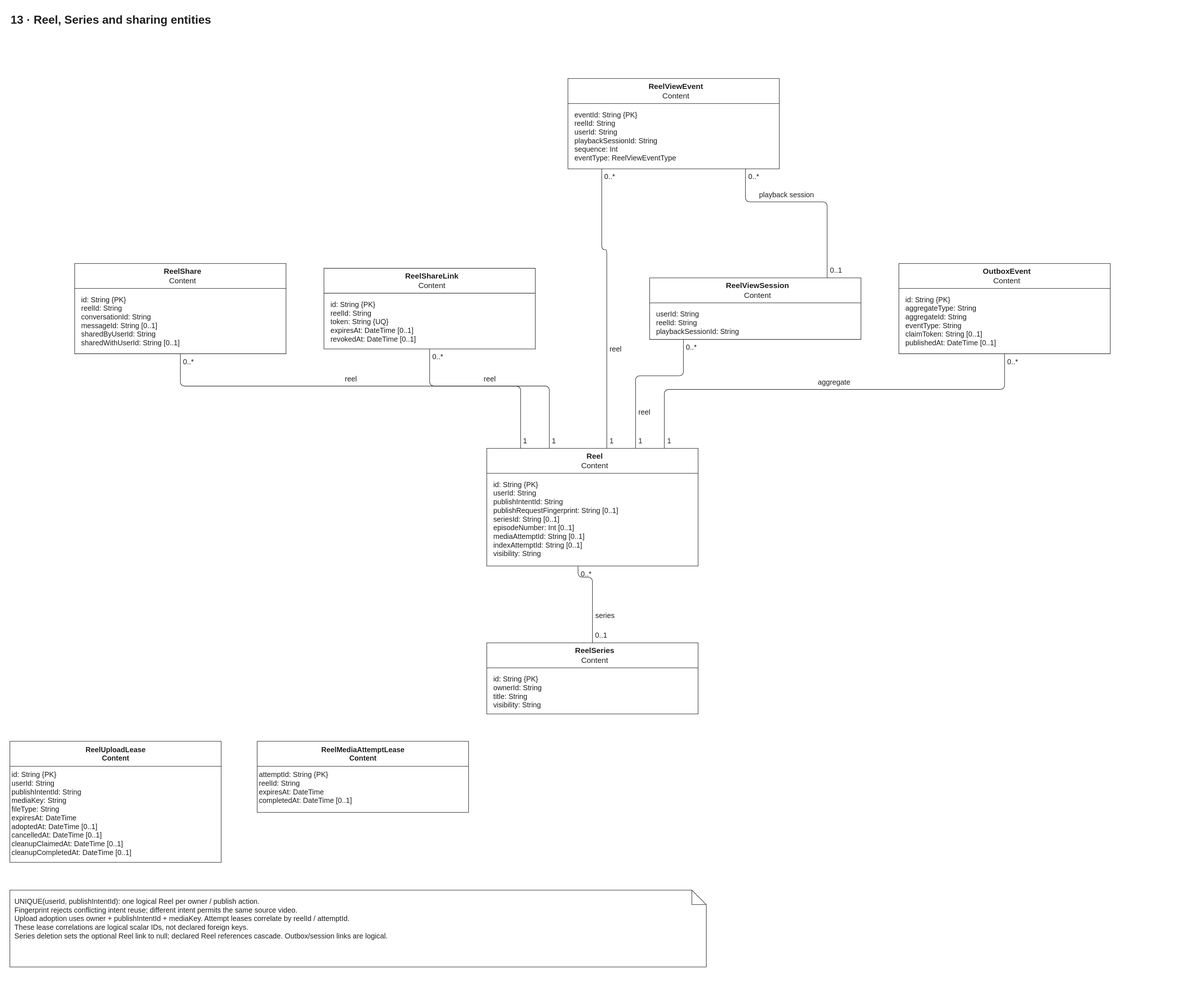
This is docs/diagrams/velora-current/importable-svg/13-content.drawio.svg from HieuCuteDangYeu/velora-backend, a draw.io export, as it was before one commit. Source tidied: cells renumbered, new cells last; positions are measured from the earlier drawing's top-left corner, leaving out a move shared by most shapes.
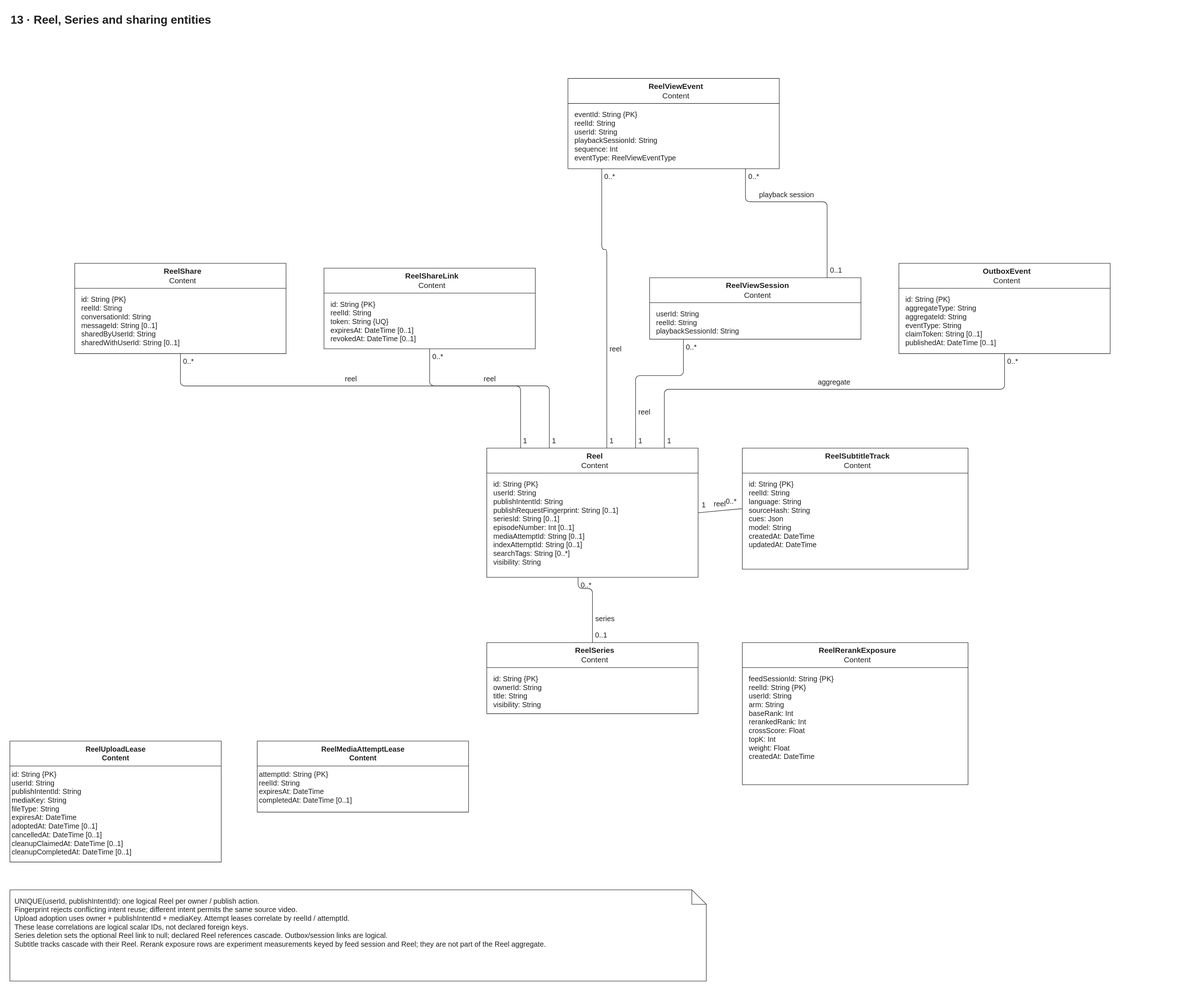
After the change.

Diff of the diagram source:
```diff
@@ -5,8 +5,8 @@
     <mxCell id="2" value="series" style="edgeStyle=none;noEdgeStyle=1;html=1;strokeColor=light-dark(#202020,#eeeeee);strokeWidth=1;jumpStyle=arc;jumpSize=12;exitPerimeter=0;entryPerimeter=0;exitX=0.43199999999999983;exitY=0.9999999999999994;entryX=0.5;entryY=0.0;endArrow=none;fontFamily=Arial;fontSize=15;fontColor=light-dark(#202020,#eeeeee);labelBackgroundColor=none;labelBorderColor=none;whiteSpace=nowrap;spacing=0;align=center;verticalAlign=middle;" parent="1" edge="1" source="25" target="23">
       <mxGeometry x="0.4" y="26" relative="1" as="geometry">
         <Array as="points">
-          <mxPoint x="1183.1" y="1181.4" />
-          <mxPoint x="1213" y="1181.4" />
+          <mxPoint x="1183.1" y="1205.4" />
+          <mxPoint x="1213" y="1205.4" />
         </Array>
       </mxGeometry>
     </mxCell>
@@ -135,11 +135,36 @@
       <mxGeometry y="52" width="440" height="96" as="geometry" />
     </mxCell>
     <mxCell id="25" value="&lt;b&gt;Reel&lt;/b&gt;&lt;br&gt;Content" style="swimlane;html=1;whiteSpace=wrap;align=center;verticalAlign=middle;startSize=52;fontSize=16;spacingLeft=10;fillColor=light-dark(#ffffff,#181818);swimlaneFillColor=light-dark(#ffffff,#181818);strokeColor=light-dark(#202020,#eeeeee);horizontal=1;fontFamily=Arial;fontColor=light-dark(#202020,#eeeeee);fontStyle=0;strokeWidth=1;" parent="1" vertex="1">
-      <mxGeometry x="993" y="913" width="440" height="245" as="geometry" />
+      <mxGeometry x="993" y="913" width="440" height="269" as="geometry" />
     </mxCell>
-    <mxCell id="26" value="id: String {PK}&lt;br&gt;userId: String&lt;br&gt;publishIntentId: String&lt;br&gt;publishRequestFingerprint: String [0..1]&lt;br&gt;seriesId: String [0..1]&lt;br&gt;episodeNumber: Int [0..1]&lt;br&gt;mediaAttemptId: String [0..1]&lt;br&gt;indexAttemptId: String [0..1]&lt;br&gt;visibility: String" style="text;html=1;whiteSpace=wrap;overflow=hidden;fontFamily=Arial;fontSize=15;align=left;verticalAlign=top;spacingLeft=12;spacingRight=12;strokeColor=none;fillColor=none;fontColor=light-dark(#202020,#eeeeee);spacingTop=8;spacingBottom=8;" parent="25" vertex="1">
-      <mxGeometry y="52" width="440" height="193" as="geometry" />
+    <mxCell id="26" value="id: String {PK}&lt;br&gt;userId: String&lt;br&gt;publishIntentId: String&lt;br&gt;publishRequestFingerprint: String [0..1]&lt;br&gt;seriesId: String [0..1]&lt;br&gt;episodeNumber: Int [0..1]&lt;br&gt;mediaAttemptId: String [0..1]&lt;br&gt;indexAttemptId: String [0..1]&lt;br&gt;searchTags: String [0..*]&lt;br&gt;visibility: String" style="text;html=1;whiteSpace=wrap;overflow=hidden;fontFamily=Arial;fontSize=15;align=left;verticalAlign=top;spacingLeft=12;spacingRight=12;strokeColor=none;fillColor=none;fontColor=light-dark(#202020,#eeeeee);spacingTop=8;spacingBottom=8;" parent="25" vertex="1">
+      <mxGeometry y="52" width="440" height="217" as="geometry" />
     </mxCell>
+    <mxCell id="43" value="&lt;b&gt;ReelSubtitleTrack&lt;/b&gt;&lt;br&gt;Content" style="swimlane;html=1;whiteSpace=wrap;align=center;verticalAlign=middle;startSize=52;fontSize=16;spacingLeft=10;fillColor=light-dark(#ffffff,#181818);swimlaneFillColor=light-dark(#ffffff,#181818);strokeColor=light-dark(#202020,#eeeeee);horizontal=1;fontFamily=Arial;fontColor=light-dark(#202020,#eeeeee);fontStyle=0;strokeWidth=1;" parent="1" vertex="1">
+      <mxGeometry x="1525" y="913" width="470" height="252" as="geometry" />
+    </mxCell>
+    <mxCell id="44" value="id: String {PK}&lt;br&gt;reelId: String&lt;br&gt;language: String&lt;br&gt;sourceHash: String&lt;br&gt;cues: Json&lt;br&gt;model: String&lt;br&gt;createdAt: DateTime&lt;br&gt;updatedAt: DateTime" style="text;html=1;whiteSpace=wrap;overflow=hidden;fontFamily=Arial;fontSize=15;align=left;verticalAlign=top;spacingLeft=12;spacingRight=12;strokeColor=none;fillColor=none;fontColor=light-dark(#202020,#eeeeee);spacingTop=8;spacingBottom=8;" parent="43" vertex="1">
+      <mxGeometry y="52" width="470" height="200" as="geometry" />
+    </mxCell>
+    <mxCell id="45" value="reel" style="edgeStyle=none;noEdgeStyle=1;html=1;strokeColor=light-dark(#202020,#eeeeee);strokeWidth=1;jumpStyle=arc;jumpSize=12;exitPerimeter=0;entryPerimeter=0;exitX=0.0;exitY=0.5;entryX=1.0;entryY=0.5;endArrow=none;fontFamily=Arial;fontSize=15;fontColor=light-dark(#202020,#eeeeee);labelBackgroundColor=none;labelBorderColor=none;whiteSpace=nowrap;spacing=0;align=center;verticalAlign=middle;" parent="1" edge="1" source="43" target="25">
+      <mxGeometry y="-14" relative="1" as="geometry" />
+    </mxCell>
+    <mxCell id="46" value="0..*" style="text;html=1;whiteSpace=wrap;overflow=hidden;fontFamily=Arial;fontSize=15;align=left;verticalAlign=middle;fontColor=light-dark(#202020,#eeeeee);fillColor=none;spacing=0;" parent="45" vertex="1">
+      <mxGeometry x="-1" width="29" height="20" relative="1" as="geometry">
+        <mxPoint x="-34" y="-26" as="offset" />
+      </mxGeometry>
+    </mxCell>
+    <mxCell id="47" value="1" style="text;html=1;whiteSpace=wrap;overflow=hidden;fontFamily=Arial;fontSize=15;align=left;verticalAlign=middle;fontColor=light-dark(#202020,#eeeeee);fillColor=none;spacing=0;" parent="45" vertex="1">
+      <mxGeometry x="1" width="20" height="20" relative="1" as="geometry">
+        <mxPoint x="8" y="-26" as="offset" />
+      </mxGeometry>
+    </mxCell>
+    <mxCell id="48" value="&lt;b&gt;ReelRerankExposure&lt;/b&gt;&lt;br&gt;Content" style="swimlane;html=1;whiteSpace=wrap;align=center;verticalAlign=middle;startSize=52;fontSize=16;spacingLeft=10;fillColor=light-dark(#ffffff,#181818);swimlaneFillColor=light-dark(#ffffff,#181818);strokeColor=light-dark(#202020,#eeeeee);horizontal=1;fontFamily=Arial;fontColor=light-dark(#202020,#eeeeee);fontStyle=0;strokeWidth=1;" parent="1" vertex="1">
+      <mxGeometry x="1525" y="1318" width="470" height="296" as="geometry" />
+    </mxCell>
+    <mxCell id="49" value="feedSessionId: String {PK}&lt;br&gt;reelId: String {PK}&lt;br&gt;userId: String&lt;br&gt;arm: String&lt;br&gt;baseRank: Int&lt;br&gt;rerankedRank: Int&lt;br&gt;crossScore: Float&lt;br&gt;topK: Int&lt;br&gt;weight: Float&lt;br&gt;createdAt: DateTime" style="text;html=1;whiteSpace=wrap;overflow=hidden;fontFamily=Arial;fontSize=15;align=left;verticalAlign=top;spacingLeft=12;spacingRight=12;strokeColor=none;fillColor=none;fontColor=light-dark(#202020,#eeeeee);spacingTop=8;spacingBottom=8;" parent="48" vertex="1">
+      <mxGeometry y="52" width="470" height="244" as="geometry" />
+    </mxCell>
     <mxCell id="27" value="&lt;b&gt;ReelShare&lt;/b&gt;&lt;br&gt;Content" style="swimlane;html=1;whiteSpace=wrap;align=center;verticalAlign=middle;startSize=52;fontSize=16;spacingLeft=10;fillColor=light-dark(#ffffff,#181818);swimlaneFillColor=light-dark(#ffffff,#181818);strokeColor=light-dark(#202020,#eeeeee);horizontal=1;fontFamily=Arial;fontColor=light-dark(#202020,#eeeeee);fontStyle=0;strokeWidth=1;" parent="1" vertex="1">
       <mxGeometry x="135" y="528" width="440" height="188" as="geometry" />
     </mxCell>
@@ -173,8 +198,8 @@
     <mxCell id="37" value="13 · Reel, Series and sharing entities" style="text;html=1;whiteSpace=wrap;overflow=hidden;fontFamily=Arial;fontSize=24;fontStyle=1;align=left;fontColor=light-dark(#202020,#eeeeee);fillColor=none;" parent="1" vertex="1">
       <mxGeometry width="2426" height="45" as="geometry" />
     </mxCell>
-    <mxCell id="38" value="UNIQUE(userId, publishIntentId): one logical Reel per owner / publish action.&lt;br&gt;Fingerprint rejects conflicting intent reuse; different intent permits the same source video.&lt;br&gt;Upload adoption uses owner + publishIntentId + mediaKey. Attempt leases correlate by reelId / attemptId.&lt;br&gt;These lease correlations are logical scalar IDs, not declared foreign keys.&lt;br&gt;Series deletion sets the optional Reel link to null; declared Reel references cascade. Outbox/session links are logical." style="shape=note;html=1;whiteSpace=wrap;overflow=hidden;fontFamily=Arial;fontSize=15;align=left;verticalAlign=top;spacing=10;fillColor=light-dark(#ffffff,#181818);strokeColor=light-dark(#202020,#eeeeee);fontColor=light-dark(#202020,#eeeeee);" parent="1" vertex="1">
-      <mxGeometry y="1833" width="1450" height="160" as="geometry" />
+    <mxCell id="38" value="UNIQUE(userId, publishIntentId): one logical Reel per owner / publish action.&lt;br&gt;Fingerprint rejects conflicting intent reuse; different intent permits the same source video.&lt;br&gt;Upload adoption uses owner + publishIntentId + mediaKey. Attempt leases correlate by reelId / attemptId.&lt;br&gt;These lease correlations are logical scalar IDs, not declared foreign keys.&lt;br&gt;Series deletion sets the optional Reel link to null; declared Reel references cascade. Outbox/session links are logical.&lt;br&gt;Subtitle tracks cascade with their Reel. Rerank exposure rows are experiment measurements keyed by feed session and Reel; they are not part of the Reel aggregate." style="shape=note;html=1;whiteSpace=wrap;overflow=hidden;fontFamily=Arial;fontSize=15;align=left;verticalAlign=top;spacing=10;fillColor=light-dark(#ffffff,#181818);strokeColor=light-dark(#202020,#eeeeee);fontColor=light-dark(#202020,#eeeeee);" parent="1" vertex="1">
+      <mxGeometry y="1833" width="1450" height="190" as="geometry" />
     </mxCell>
     <mxCell id="39" value="&lt;b&gt;ReelUploadLease&lt;/b&gt;&lt;br&gt;Content" style="swimlane;html=1;startSize=52;horizontal=1;rounded=0;fillColor=light-dark(#ffffff,#181818);strokeColor=light-dark(#202020,#eeeeee);fontColor=light-dark(#202020,#eeeeee);fontFamily=Arial;fontSize=15;" parent="1" vertex="1">
       <mxGeometry y="1523" width="440" height="252" as="geometry" />
```
